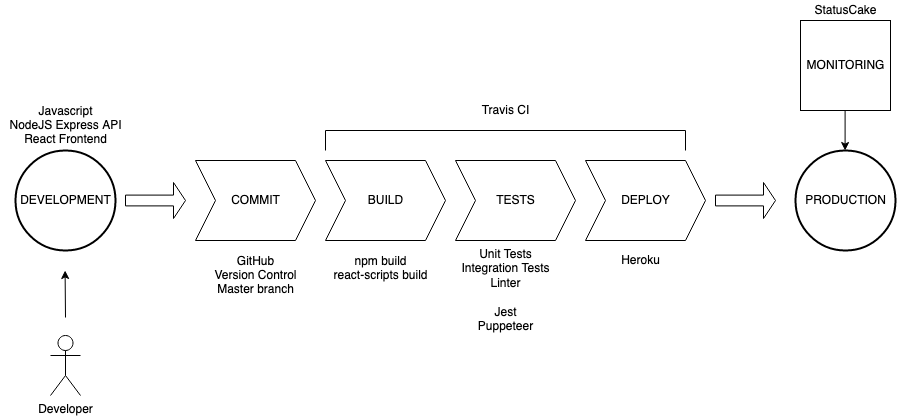
This is docs/Process-Diagram.png from bartoszbialecki/tester-sample-app, a draw.io export, as it was before one commit. Source tidied: cells renumbered, new cells last; positions are measured from the earlier drawing's top-left corner, leaving out a move shared by most shapes.
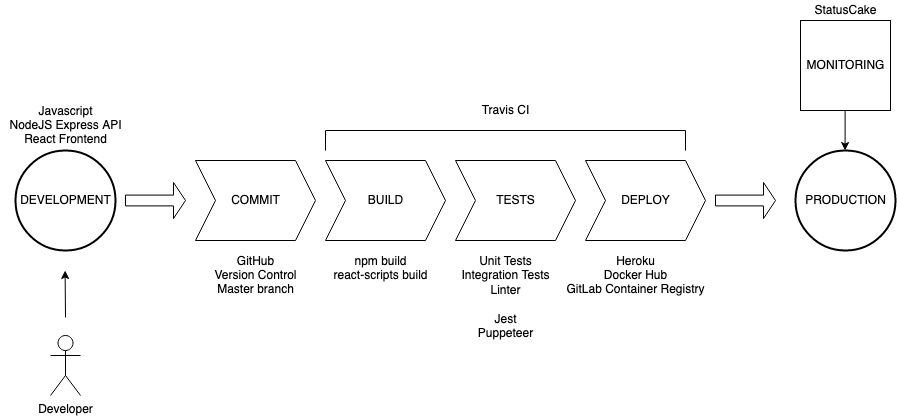
After the commit.

Change to the diagram source:
```diff
@@ -62,8 +62,8 @@
     <mxCell id="20" value="Travis CI" style="text;html=1;align=center;verticalAlign=middle;fillColor=none;strokeColor=none;rounded=0;" parent="1" vertex="1">
       <mxGeometry x="475" y="100" width="60" height="20" as="geometry" />
     </mxCell>
-    <mxCell id="21" value="Heroku" style="text;html=1;align=center;verticalAlign=middle;fillColor=none;strokeColor=none;rounded=0;" parent="1" vertex="1">
-      <mxGeometry x="615" y="250" width="50" height="20" as="geometry" />
+    <mxCell id="21" value="&lt;div&gt;Heroku&lt;/div&gt;&lt;div&gt;Docker Hub&lt;br&gt;&lt;/div&gt;&lt;div&gt;GitLab Container Registry&lt;br&gt;&lt;/div&gt;" style="text;html=1;align=center;verticalAlign=middle;fillColor=none;strokeColor=none;rounded=0;" parent="1" vertex="1">
+      <mxGeometry x="560" y="250" width="150" height="50" as="geometry" />
     </mxCell>
     <mxCell id="22" style="whiteSpace=wrap;html=1;" parent="1" vertex="1">
       <mxGeometry x="800" y="20" width="90" height="90" as="geometry" />
@@ -84,7 +84,7 @@
       <mxGeometry x="325" y="253" width="110" height="30" as="geometry" />
     </mxCell>
     <mxCell id="27" value="&lt;div&gt;Unit Tests&lt;/div&gt;&lt;div&gt;Integration Tests&lt;/div&gt;&lt;div&gt;Linter&lt;/div&gt;&lt;div&gt;&lt;br&gt;&lt;/div&gt;&lt;div&gt;Jest&lt;/div&gt;&lt;div&gt;Puppeteer&lt;br&gt;&lt;/div&gt;" style="text;html=1;align=center;verticalAlign=middle;fillColor=none;strokeColor=none;rounded=0;" parent="1" vertex="1">
-      <mxGeometry x="455" y="245" width="100" height="90" as="geometry" />
+      <mxGeometry x="455" y="252" width="100" height="90" as="geometry" />
     </mxCell>
     <mxCell id="28" value="StatusCake" style="text;html=1;align=center;verticalAlign=middle;fillColor=none;strokeColor=none;rounded=0;" parent="1" vertex="1">
       <mxGeometry x="805" width="80" height="20" as="geometry" />
```
